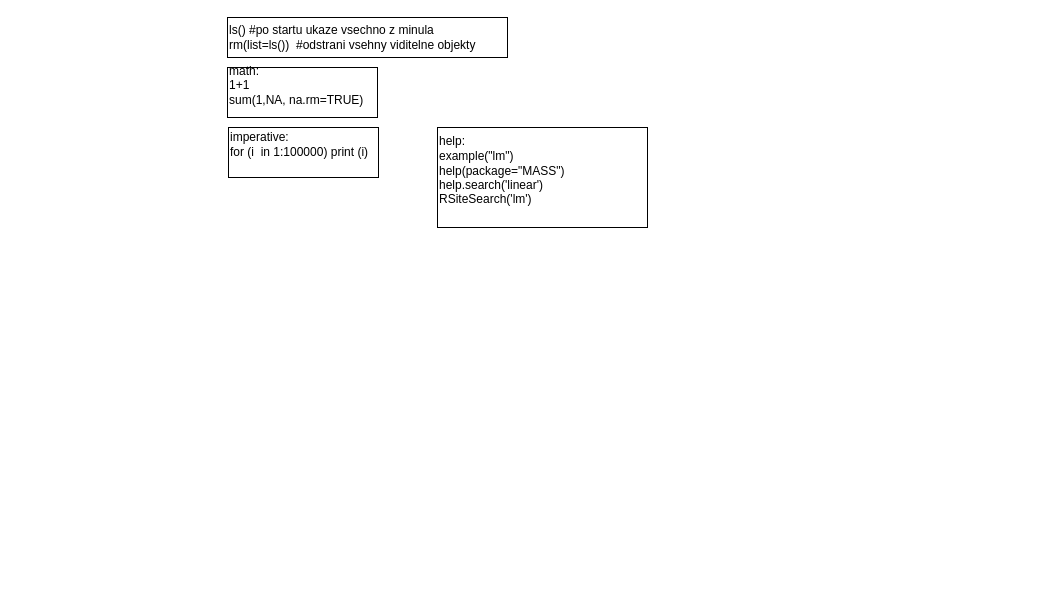
Earlier version of the draw.io diagram page "helpers" (2 of 3) of MDAV_UCL.drawio (pama78/ucl). Source tidied: cells renumbered, new cells numbered last; positions are measured from the earlier drawing's top-left corner, leaving out a move shared by most shapes. Both pictures are drawn from the tidied source at 100%, with x=0, y=0 at pixel (227, 17).
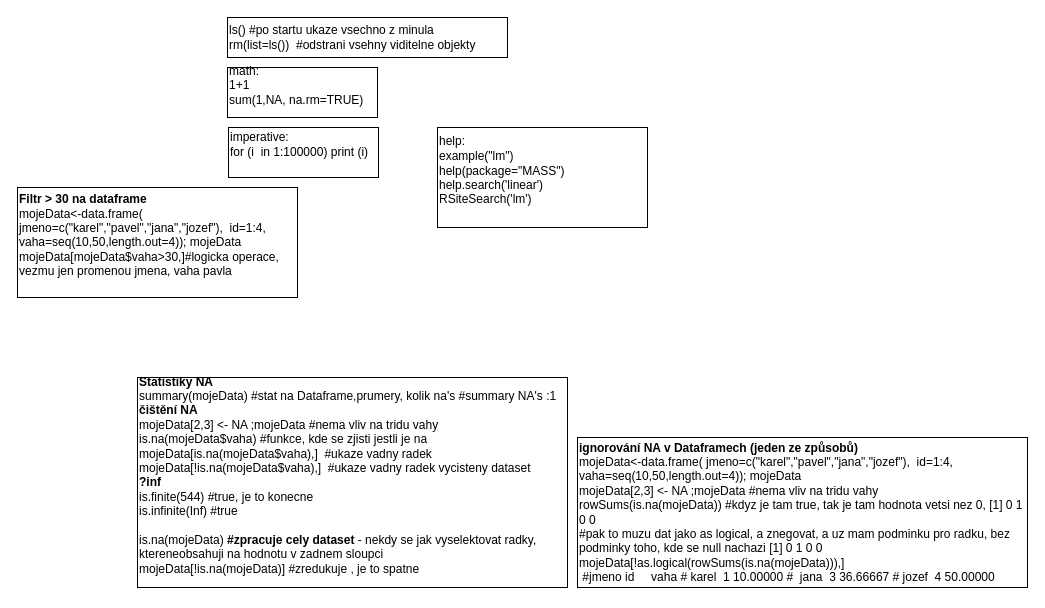
The same diagram, later.

Diff of the diagram source:
```diff
@@
 <mxGraphModel>
   <root>
     <mxCell id="0" />
     <mxCell id="1" parent="0" />
     <mxCell id="2" value="&lt;div&gt;ls() #po startu ukaze vsechno z minula&lt;/div&gt;&lt;div&gt;rm(list=ls())&amp;nbsp; #odstrani vsehny viditelne objekty&lt;/div&gt;" style="rounded=0;whiteSpace=wrap;html=1;align=left;" parent="1" vertex="1">
       <mxGeometry width="280" height="40" as="geometry" />
     </mxCell>
     <mxCell id="3" value="&lt;div&gt;&lt;span&gt;math:&amp;nbsp;&lt;/span&gt;&lt;/div&gt;&lt;div&gt;1+1&lt;/div&gt;&lt;div&gt;sum(1,NA, na.rm=TRUE)&lt;br&gt;&lt;/div&gt;&lt;div&gt;&lt;br&gt;&lt;/div&gt;" style="rounded=0;whiteSpace=wrap;html=1;align=left;" parent="1" vertex="1">
       <mxGeometry y="50" width="150" height="50" as="geometry" />
     </mxCell>
     <mxCell id="4" value="&lt;div&gt;imperative:&lt;/div&gt;&lt;div&gt;&lt;span&gt;for (i&amp;nbsp; in 1:100000) print (i)&lt;/span&gt;&lt;/div&gt;&lt;div&gt;&lt;div&gt;&lt;font color=&quot;rgba(0, 0, 0, 0)&quot; face=&quot;monospace&quot;&gt;&lt;span style=&quot;font-size: 0px ; white-space: nowrap&quot;&gt;for (i&amp;nbsp; in 1:100000) print (i)&lt;/span&gt;&lt;/font&gt;&lt;/div&gt;&lt;div style=&quot;color: rgba(0 , 0 , 0 , 0) ; font-family: monospace ; font-size: 0px ; white-space: nowrap&quot;&gt;&lt;div&gt;for (i&amp;nbsp; in 1:100000) print (i)&lt;/div&gt;&lt;div&gt;&lt;br&gt;&lt;/div&gt;&lt;/div&gt;&lt;/div&gt;" style="rounded=0;whiteSpace=wrap;html=1;align=left;" parent="1" vertex="1">
       <mxGeometry x="1" y="110" width="150" height="50" as="geometry" />
     </mxCell>
     <mxCell id="5" value="&lt;div&gt;help:&lt;font color=&quot;rgba(0, 0, 0, 0)&quot; face=&quot;monospace&quot;&gt;&lt;span style=&quot;font-size: 0px ; white-space: nowrap&quot;&gt;&lt;span&gt;example(&quot;lm&quot;)&lt;/span&gt;&lt;/span&gt;&lt;/font&gt;&lt;/div&gt;&lt;div&gt;&lt;span&gt;&lt;div&gt;example(&quot;lm&quot;)&lt;/div&gt;&lt;div&gt;&lt;div&gt;help(package=&quot;MASS&quot;)&lt;/div&gt;&lt;/div&gt;&lt;div&gt;&lt;div&gt;help.search('linear')&lt;/div&gt;&lt;div&gt;&lt;span&gt;RSiteSearch('lm')&lt;/span&gt;&lt;br&gt;&lt;/div&gt;&lt;/div&gt;&lt;div&gt;&lt;br&gt;&lt;/div&gt;&lt;/span&gt;&lt;/div&gt;" style="rounded=0;whiteSpace=wrap;html=1;align=left;" parent="1" vertex="1">
       <mxGeometry x="210" y="110" width="210" height="100" as="geometry" />
     </mxCell>
+    <mxCell id="6" value="&lt;div&gt;&lt;b&gt;Statistiky NA&lt;/b&gt;&lt;/div&gt;&lt;div&gt;&lt;div&gt;&lt;span&gt;summary(mojeData) #stat na Dataframe,prumery, kolik na's&amp;nbsp;&lt;/span&gt;&lt;span&gt;#summary&amp;nbsp;NA's :1&amp;nbsp;&lt;/span&gt;&lt;/div&gt;&lt;div&gt;&lt;b&gt;čištění NA&lt;/b&gt;&lt;br&gt;&lt;/div&gt;&lt;/div&gt;&lt;div&gt;mojeData[2,3] &amp;lt;- NA ;mojeData #nema vliv na tridu vahy&lt;/div&gt;&lt;div&gt;is.na(mojeData$vaha) #funkce, kde se zjisti jestli je na&lt;/div&gt;&lt;div&gt;mojeData[is.na(mojeData$vaha),]&amp;nbsp; #ukaze vadny radek&lt;/div&gt;&lt;div&gt;mojeData[!is.na(mojeData$vaha),]&amp;nbsp; #ukaze vadny radek vycisteny dataset&lt;/div&gt;&lt;div&gt;&lt;b&gt;&lt;span&gt;?inf&lt;/span&gt;&lt;br&gt;&lt;/b&gt;&lt;/div&gt;&lt;div&gt;&lt;div&gt;is.finite(544) #true, je to konecne&lt;/div&gt;&lt;div&gt;is.infinite(Inf) #true&lt;/div&gt;&lt;div&gt;&lt;br&gt;&lt;/div&gt;&lt;div&gt;is.na(mojeData) &lt;b&gt;#zpracuje cely dataset &lt;/b&gt;- nekdy se jak vyselektovat radky, ktereneobsahuji na hodnotu v zadnem sloupci&lt;/div&gt;&lt;div&gt;mojeData[!is.na(mojeData)] #zredukuje , je to spatne&lt;/div&gt;&lt;/div&gt;&lt;div&gt;&lt;br&gt;&lt;/div&gt;" style="rounded=0;whiteSpace=wrap;html=1;align=left;" parent="1" vertex="1">
+      <mxGeometry x="-90" y="360" width="430" height="210" as="geometry" />
+    </mxCell>
+    <mxCell id="7" value="&lt;b&gt;Filtr &amp;gt; 30 na dataframe&lt;br&gt;&lt;/b&gt;&lt;div&gt;mojeData&amp;lt;-data.frame( jmeno=c(&quot;karel&quot;,&quot;pavel&quot;,&quot;jana&quot;,&quot;jozef&quot;),&amp;nbsp; id=1:4,&amp;nbsp; vaha=seq(10,50,length.out=4)); mojeData&lt;/div&gt;&lt;div&gt;mojeData[mojeData$vaha&amp;gt;30,]#logicka operace, vezmu jen promenou jmena, vaha pavla&lt;/div&gt;&lt;div&gt;&lt;br&gt;&lt;/div&gt;" style="rounded=0;whiteSpace=wrap;html=1;align=left;" parent="1" vertex="1">
+      <mxGeometry x="-210" y="170" width="280" height="110" as="geometry" />
+    </mxCell>
+    <mxCell id="8" value="&lt;div&gt;&lt;b&gt;ignorování NA v Dataframech (jeden ze způsobů)&lt;/b&gt;&lt;/div&gt;&lt;div&gt;&lt;div&gt;mojeData&amp;lt;-data.frame( jmeno=c(&quot;karel&quot;,&quot;pavel&quot;,&quot;jana&quot;,&quot;jozef&quot;),&amp;nbsp; id=1:4,&amp;nbsp; vaha=seq(10,50,length.out=4)); mojeData&lt;/div&gt;&lt;div style=&quot;font-weight: bold&quot;&gt;&lt;span style=&quot;font-weight: normal&quot;&gt;mojeData[2,3] &amp;lt;- NA ;mojeData #nema vliv na tridu vahy&lt;/span&gt;&lt;br&gt;&lt;/div&gt;&lt;/div&gt;&lt;div&gt;&lt;div&gt;&lt;span&gt;rowSums(is.na(mojeData)) #kdyz je tam true, tak je tam hodnota vetsi nez 0, [1] 0 1 0 0&lt;/span&gt;&lt;br&gt;&lt;/div&gt;&lt;/div&gt;&lt;div&gt;&lt;div&gt;#pak to muzu dat jako as logical, a znegovat, a uz mam podminku pro radku, bez podminky toho, kde se null nachazi &lt;span&gt;[1] 0 1 0 0&lt;/span&gt;&lt;/div&gt;&lt;div&gt;mojeData[!as.logical(rowSums(is.na(mojeData))),]&amp;nbsp;&lt;/div&gt;&lt;div&gt;&amp;nbsp;&lt;span&gt;#jmeno id&amp;nbsp; &amp;nbsp; &amp;nbsp;vaha&amp;nbsp;&lt;/span&gt;&lt;span&gt;# karel&amp;nbsp; 1 10.00000&amp;nbsp;&lt;/span&gt;&lt;span&gt;#&amp;nbsp; jana&amp;nbsp; 3 36.66667&amp;nbsp;&lt;/span&gt;&lt;span&gt;# jozef&amp;nbsp; 4 50.00000&lt;/span&gt;&lt;/div&gt;&lt;/div&gt;" style="rounded=0;whiteSpace=wrap;html=1;align=left;" parent="1" vertex="1">
+      <mxGeometry x="350" y="420" width="450" height="150" as="geometry" />
+    </mxCell>
   </root>
 </mxGraphModel>
```
